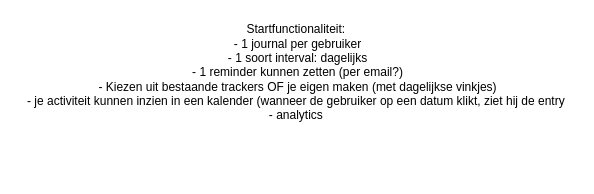
The draw.io diagram page "Pagina-3" (3 of 3) of Documentation/tracker app.drawio in margotgradina/HabitHare, before the edit. Source tidied: cells renumbered, new cells numbered last; positions are measured from the earlier drawing's top-left corner, leaving out a move shared by most shapes. Both pictures are drawn from the tidied source at 100%, with x=0, y=0 at pixel (17, 17).
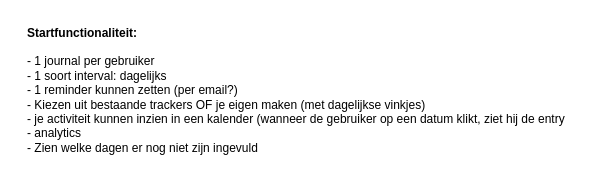
After the change.

What changed in the source:
```diff
@@
 <mxGraphModel>
   <root>
     <mxCell id="0" />
     <mxCell id="1" parent="0" />
-    <mxCell id="2" value="Startfunctionaliteit:&amp;nbsp;&lt;br&gt;- 1 journal per gebruiker&lt;br&gt;- 1 soort interval: dagelijks&lt;br&gt;- 1 reminder kunnen zetten (per email?)&lt;br&gt;- Kiezen uit bestaande trackers OF je eigen maken (met dagelijkse vinkjes)&lt;br&gt;- je activiteit kunnen inzien in een kalender (wanneer de gebruiker op een datum klikt, ziet hij de entry&amp;nbsp;&lt;br&gt;- analytics&amp;nbsp;" style="text;html=1;align=center;verticalAlign=middle;strokeColor=none;fillColor=none;" parent="1" vertex="1">
-      <mxGeometry width="560" height="110" as="geometry" />
+    <mxCell id="2" value="&lt;div style=&quot;text-align: left;&quot;&gt;&lt;b style=&quot;background-color: initial;&quot;&gt;Startfunctionaliteit:&amp;nbsp;&lt;/b&gt;&lt;/div&gt;&lt;div style=&quot;text-align: left;&quot;&gt;&lt;br&gt;&lt;/div&gt;&lt;div style=&quot;text-align: left;&quot;&gt;&lt;span style=&quot;background-color: initial;&quot;&gt;- 1 journal per gebruiker&lt;/span&gt;&lt;/div&gt;&lt;div style=&quot;text-align: left;&quot;&gt;&lt;span style=&quot;background-color: initial;&quot;&gt;- 1 soort interval: dagelijks&lt;/span&gt;&lt;/div&gt;&lt;div style=&quot;text-align: left;&quot;&gt;&lt;span style=&quot;background-color: initial;&quot;&gt;- 1 reminder kunnen zetten (per email?)&lt;/span&gt;&lt;/div&gt;&lt;div style=&quot;text-align: left;&quot;&gt;&lt;span style=&quot;background-color: initial;&quot;&gt;- Kiezen uit bestaande trackers OF je eigen maken (met dagelijkse vinkjes)&lt;/span&gt;&lt;/div&gt;&lt;div style=&quot;text-align: left;&quot;&gt;&lt;span style=&quot;background-color: initial;&quot;&gt;- je activiteit kunnen inzien in een kalender (wanneer de gebruiker op een datum klikt, ziet hij de entry&amp;nbsp;&lt;/span&gt;&lt;/div&gt;&lt;div style=&quot;text-align: left;&quot;&gt;&lt;span style=&quot;background-color: initial;&quot;&gt;- analytics&amp;nbsp;&lt;/span&gt;&lt;/div&gt;&lt;div style=&quot;text-align: left;&quot;&gt;&lt;span style=&quot;background-color: initial;&quot;&gt;- Zien welke dagen er nog niet zijn ingevuld&lt;/span&gt;&lt;/div&gt;&lt;div style=&quot;text-align: left;&quot;&gt;&lt;span style=&quot;background-color: initial;&quot;&gt;&lt;br&gt;&lt;/span&gt;&lt;/div&gt;" style="text;html=1;align=center;verticalAlign=middle;strokeColor=none;fillColor=none;" parent="1" vertex="1">
+      <mxGeometry width="560" height="160" as="geometry" />
     </mxCell>
   </root>
 </mxGraphModel>
```
